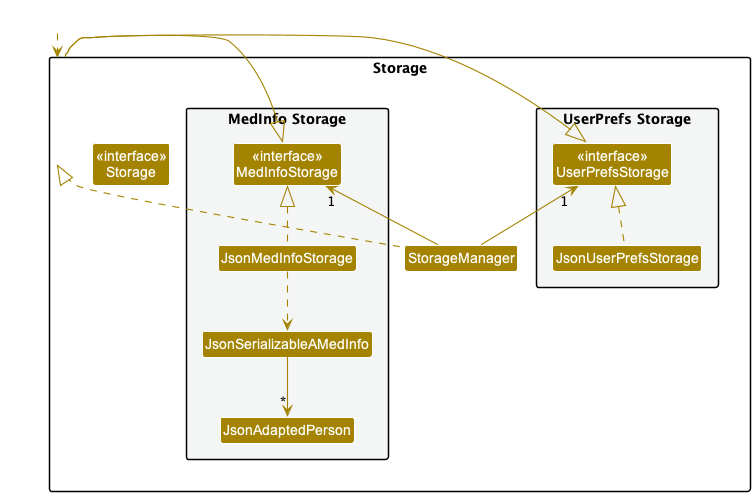
nus-cs2103-AY2223S2/tp keeps this PlantUML diagram as docs/images/StorageClassDiagram.png. Above is the earlier version.
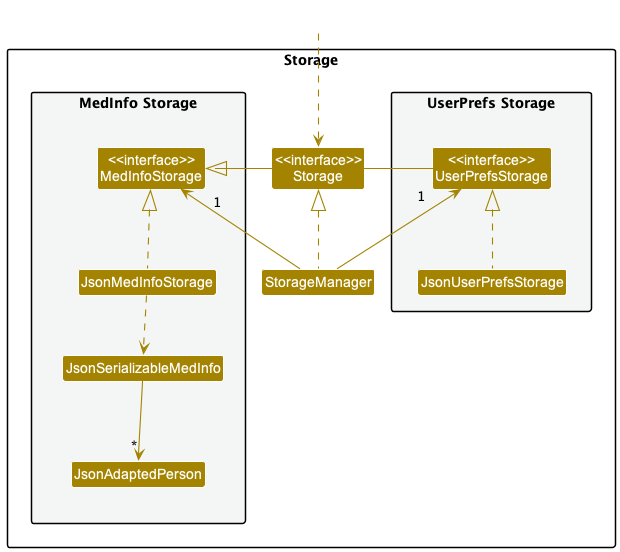
The same diagram one commit later.

Diff of the diagram source:
```diff
@@ -17,7 +17,7 @@
 package "MedInfo Storage" #F4F6F6{
 Class "<<interface>>\nMedInfoStorage" as MedInfoStorage
 Class JsonMedInfoStorage
-Class JsonSerializableAMedInfo
+Class JsonSerializableMedInfo
 Class JsonAdaptedPerson
 }
 
@@ -35,7 +35,7 @@
 
 JsonUserPrefsStorage .up.|> UserPrefsStorage
 JsonMedInfoStorage .up.|> MedInfoStorage
-JsonMedInfoStorage ..> JsonSerializableAMedInfo
-JsonSerializableAMedInfo --> "*" JsonAdaptedPerson
+JsonMedInfoStorage ..> JsonSerializableMedInfo
+JsonSerializableMedInfo --> "*" JsonAdaptedPerson
 
 @enduml
```
